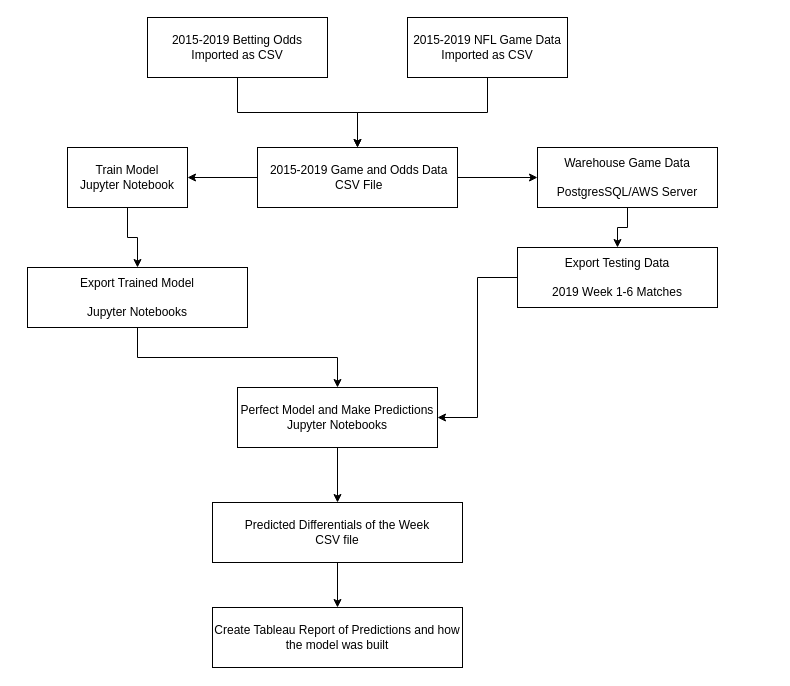
Earlier version of the draw.io diagram NFL.drawio (campisicharles/NFLProject). Source tidied: cells renumbered, new cells numbered last; positions are measured from the earlier drawing's top-left corner, leaving out a move shared by most shapes. Both pictures are drawn from the tidied source at 100%, with x=0, y=0 at pixel (27, 17).
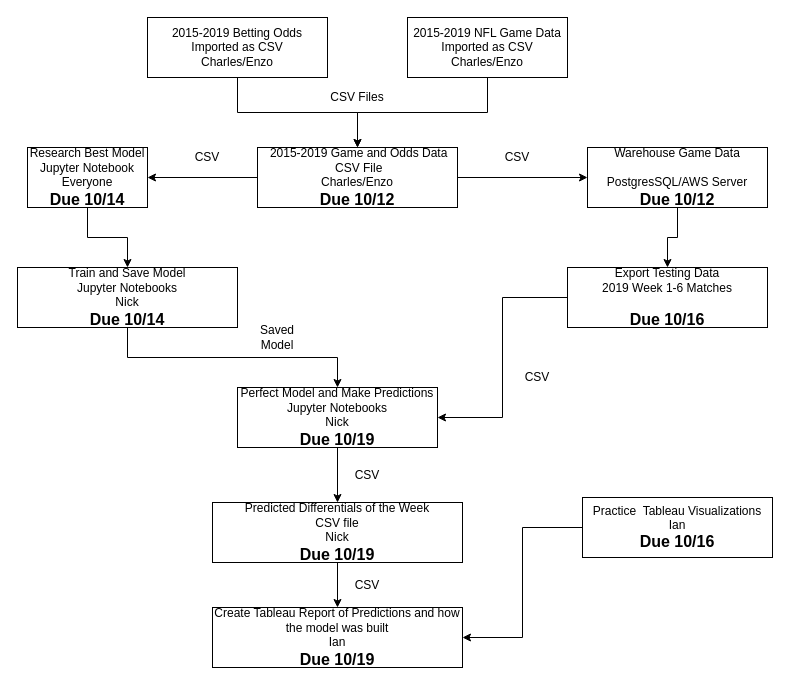
The same diagram, later.

Change to the diagram source:
```diff
@@
-    <mxCell id="3" value="2015-2019 Betting Odds&lt;br&gt;Imported as CSV" style="rounded=0;whiteSpace=wrap;html=1;" parent="1" vertex="1">
+    <mxCell id="3" value="2015-2019 Betting Odds&lt;br&gt;Imported as CSV&lt;br&gt;Charles/Enzo" style="rounded=0;whiteSpace=wrap;html=1;" parent="1" vertex="1">
       <mxGeometry x="120" width="180" height="60" as="geometry" />
     </mxCell>
-    <mxCell id="4" style="edgeStyle=orthogonalEdgeStyle;rounded=0;jettySize=auto;html=1;" parent="1" edge="1" source="6" target="12">
-      <mxGeometry relative="1" as="geometry" />
-    </mxCell>
@@
-    <mxCell id="6" value="&amp;nbsp;2015-2019 Game and Odds Data&lt;br&gt;&amp;nbsp;CSV File" style="rounded=0;whiteSpace=wrap;html=1;" parent="1" vertex="1">
+    <mxCell id="6" value="&amp;nbsp;2015-2019 Game and Odds Data&lt;br&gt;&amp;nbsp;CSV File&lt;br&gt;Charles/Enzo&lt;br&gt;&lt;b&gt;&lt;font style=&quot;font-size: 16px&quot;&gt;Due 10/12&lt;/font&gt;&lt;/b&gt;" style="rounded=0;whiteSpace=wrap;html=1;" parent="1" vertex="1">
       <mxGeometry x="230" y="130" width="200" height="60" as="geometry" />
     </mxCell>
@@
-    <mxCell id="8" value="Warehouse Game Data&lt;br&gt;&lt;br&gt;PostgresSQL/AWS Server" style="rounded=0;whiteSpace=wrap;html=1;" parent="1" vertex="1">
-      <mxGeometry x="510" y="130" width="180" height="60" as="geometry" />
+    <mxCell id="8" value="Warehouse Game Data&lt;br&gt;&lt;br&gt;PostgresSQL/AWS Server&lt;br&gt;&lt;font style=&quot;font-size: 16px&quot;&gt;&lt;b&gt;Due 10/12&lt;/b&gt;&lt;/font&gt;" style="rounded=0;whiteSpace=wrap;html=1;" parent="1" vertex="1">
+      <mxGeometry x="560" y="130" width="180" height="60" as="geometry" />
     </mxCell>
@@
-    <mxCell id="10" value="Export Testing Data&lt;br&gt;&lt;br&gt;2019 Week 1-6 Matches" style="rounded=0;whiteSpace=wrap;html=1;" parent="1" vertex="1">
-      <mxGeometry x="490" y="230" width="200" height="60" as="geometry" />
+    <mxCell id="10" value="Export Testing Data&lt;br&gt;2019 Week 1-6 Matches&lt;br&gt;&lt;br&gt;&lt;b&gt;&lt;font style=&quot;font-size: 16px&quot;&gt;Due 10/16&lt;/font&gt;&lt;/b&gt;" style="rounded=0;whiteSpace=wrap;html=1;" parent="1" vertex="1">
+      <mxGeometry x="540" y="250" width="200" height="60" as="geometry" />
     </mxCell>
@@
-    <mxCell id="12" value="Train Model&lt;br&gt;Jupyter Notebook" style="rounded=0;whiteSpace=wrap;html=1;" parent="1" vertex="1">
-      <mxGeometry x="40" y="130" width="120" height="60" as="geometry" />
+    <mxCell id="12" value="Research Best Model&lt;br&gt;Jupyter Notebook&lt;br&gt;Everyone&lt;br&gt;&lt;b&gt;&lt;font style=&quot;font-size: 16px&quot;&gt;Due 10/14&lt;/font&gt;&lt;/b&gt;" style="rounded=0;whiteSpace=wrap;html=1;" parent="1" vertex="1">
+      <mxGeometry y="130" width="120" height="60" as="geometry" />
     </mxCell>
@@
-    <mxCell id="14" value="Export Trained Model&lt;br&gt;&lt;br&gt;Jupyter Notebooks" style="rounded=0;whiteSpace=wrap;html=1;" parent="1" vertex="1">
-      <mxGeometry y="250" width="220" height="60" as="geometry" />
+    <mxCell id="14" value="Train and Save Model&lt;br&gt;Jupyter Notebooks&lt;br&gt;Nick&lt;br&gt;&lt;b&gt;&lt;font style=&quot;font-size: 16px&quot;&gt;Due 10/14&lt;/font&gt;&lt;/b&gt;" style="rounded=0;whiteSpace=wrap;html=1;" parent="1" vertex="1">
+      <mxGeometry x="-10" y="250" width="220" height="60" as="geometry" />
     </mxCell>
@@
-    <mxCell id="16" value="Perfect Model and Make Predictions&lt;br&gt;Jupyter Notebooks" style="rounded=0;whiteSpace=wrap;html=1;" parent="1" vertex="1">
+    <mxCell id="16" value="Perfect Model and Make Predictions&lt;br&gt;Jupyter Notebooks&lt;br&gt;Nick&lt;br&gt;&lt;b&gt;&lt;font style=&quot;font-size: 16px&quot;&gt;Due 10/19&lt;/font&gt;&lt;/b&gt;" style="rounded=0;whiteSpace=wrap;html=1;" parent="1" vertex="1">
       <mxGeometry x="210" y="370" width="200" height="60" as="geometry" />
     </mxCell>
@@
-    <mxCell id="18" value="Predicted Differentials of the Week&lt;br&gt;CSV file" style="rounded=0;whiteSpace=wrap;html=1;" parent="1" vertex="1">
+    <mxCell id="18" value="Predicted Differentials of the Week&lt;br&gt;CSV file&lt;br&gt;Nick&lt;br&gt;&lt;b&gt;&lt;font style=&quot;font-size: 16px&quot;&gt;Due 10/19&lt;/font&gt;&lt;/b&gt;" style="rounded=0;whiteSpace=wrap;html=1;" parent="1" vertex="1">
       <mxGeometry x="185" y="485" width="250" height="60" as="geometry" />
     </mxCell>
-    <mxCell id="19" value="Create Tableau Report of Predictions and how the model was built" style="rounded=0;whiteSpace=wrap;html=1;" parent="1" vertex="1">
+    <mxCell id="19" value="Create Tableau Report of Predictions and how the model was built&lt;br&gt;Ian&lt;br&gt;&lt;b&gt;&lt;font style=&quot;font-size: 16px&quot;&gt;Due 10/19&lt;/font&gt;&lt;/b&gt;" style="rounded=0;whiteSpace=wrap;html=1;" parent="1" vertex="1">
       <mxGeometry x="185" y="590" width="250" height="60" as="geometry" />
     </mxCell>
@@
-    <mxCell id="21" value="2015-2019 NFL Game Data&lt;br&gt;Imported as CSV" style="rounded=0;whiteSpace=wrap;html=1;" parent="1" vertex="1">
+    <mxCell id="21" value="2015-2019 NFL Game Data&lt;br&gt;Imported as CSV&lt;br&gt;Charles/Enzo" style="rounded=0;whiteSpace=wrap;html=1;" parent="1" vertex="1">
       <mxGeometry x="380" width="160" height="60" as="geometry" />
     </mxCell>
+    <mxCell id="22" value="CSV Files" style="text;html=1;strokeColor=none;fillColor=none;align=center;verticalAlign=middle;whiteSpace=wrap;rounded=0;" parent="1" vertex="1">
+      <mxGeometry x="295" y="70" width="70" height="20" as="geometry" />
+    </mxCell>
+    <mxCell id="23" value="CSV" style="text;html=1;strokeColor=none;fillColor=none;align=center;verticalAlign=middle;whiteSpace=wrap;rounded=0;rotation=0;" parent="1" vertex="1">
+      <mxGeometry x="470" y="130" width="40" height="20" as="geometry" />
+    </mxCell>
+    <mxCell id="4" style="edgeStyle=orthogonalEdgeStyle;rounded=0;jettySize=auto;html=1;entryX=1;entryY=0.5;entryDx=0;entryDy=0;" parent="1" edge="1" source="6" target="12">
+      <mxGeometry relative="1" as="geometry" />
+    </mxCell>
+    <mxCell id="24" value="CSV" style="text;html=1;strokeColor=none;fillColor=none;align=center;verticalAlign=middle;whiteSpace=wrap;rounded=0;" parent="1" vertex="1">
+      <mxGeometry x="160" y="130" width="40" height="20" as="geometry" />
+    </mxCell>
+    <mxCell id="25" style="edgeStyle=orthogonalEdgeStyle;rounded=0;jettySize=auto;html=1;entryX=1;entryY=0.5;entryDx=0;entryDy=0;" parent="1" edge="1" source="26" target="19">
+      <mxGeometry relative="1" as="geometry" />
+    </mxCell>
+    <mxCell id="26" value="Practice&amp;nbsp; Tableau Visualizations&lt;br&gt;Ian&lt;br&gt;&lt;b&gt;&lt;font style=&quot;font-size: 16px&quot;&gt;Due 10/16&lt;/font&gt;&lt;/b&gt;" style="rounded=0;whiteSpace=wrap;html=1;" parent="1" vertex="1">
+      <mxGeometry x="555" y="480" width="190" height="60" as="geometry" />
+    </mxCell>
+    <mxCell id="27" value="Saved Model" style="text;html=1;strokeColor=none;fillColor=none;align=center;verticalAlign=middle;whiteSpace=wrap;rounded=0;" parent="1" vertex="1">
+      <mxGeometry x="230" y="310" width="40" height="20" as="geometry" />
+    </mxCell>
+    <mxCell id="28" value="CSV" style="text;html=1;strokeColor=none;fillColor=none;align=center;verticalAlign=middle;whiteSpace=wrap;rounded=0;" parent="1" vertex="1">
+      <mxGeometry x="490" y="350" width="40" height="20" as="geometry" />
+    </mxCell>
+    <mxCell id="29" value="CSV" style="text;html=1;strokeColor=none;fillColor=none;align=center;verticalAlign=middle;whiteSpace=wrap;rounded=0;" parent="1" vertex="1">
+      <mxGeometry x="320" y="447.5" width="40" height="20" as="geometry" />
+    </mxCell>
+    <mxCell id="30" value="CSV" style="text;html=1;strokeColor=none;fillColor=none;align=center;verticalAlign=middle;whiteSpace=wrap;rounded=0;" parent="1" vertex="1">
+      <mxGeometry x="320" y="557.5" width="40" height="20" as="geometry" />
+    </mxCell>
```
